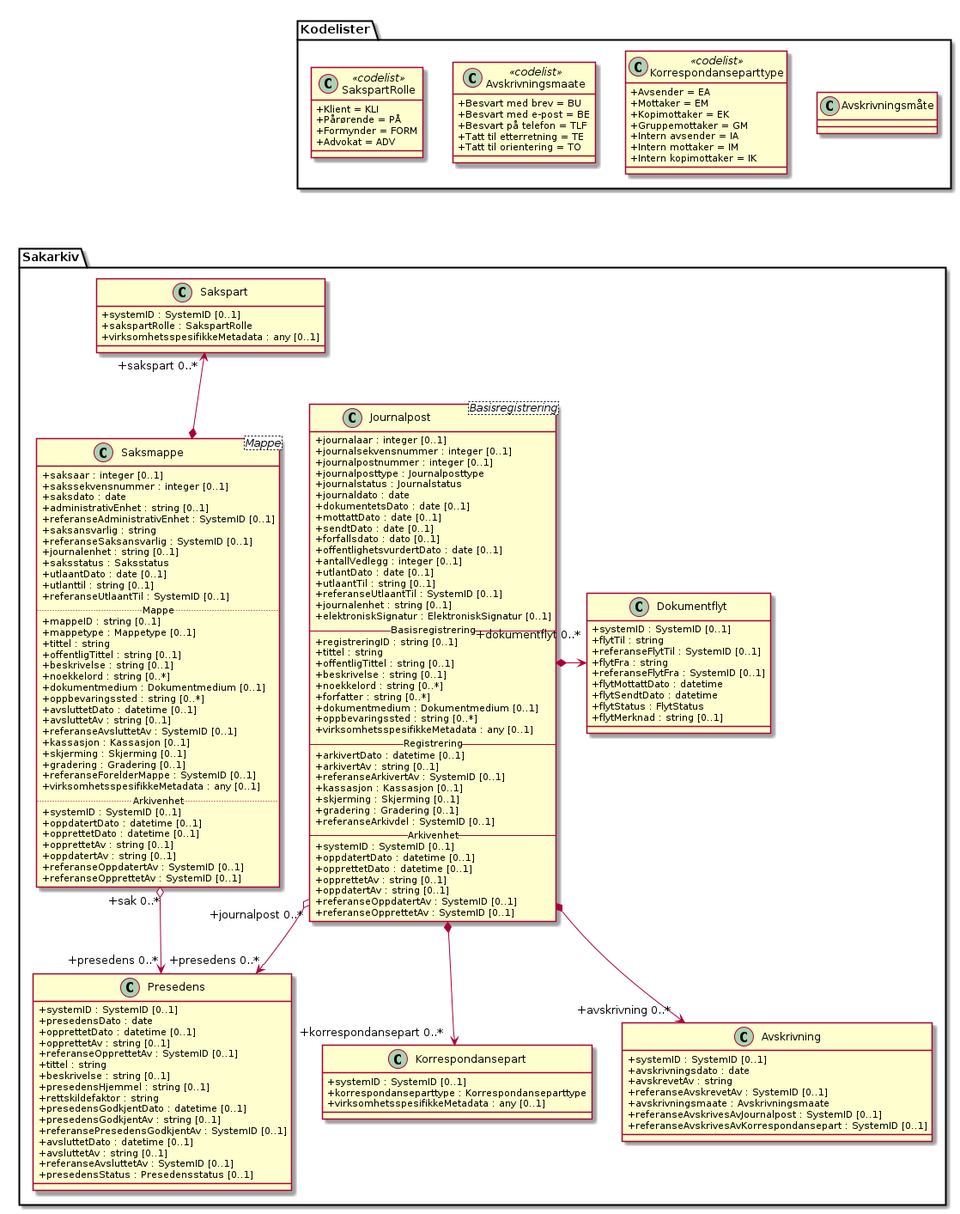
arkivverket/noark5-tjenestegrensesnitt-standard keeps this PlantUML diagram as kapitler/media/uml-klasse-saksbehandling.png. Above is the earlier version.
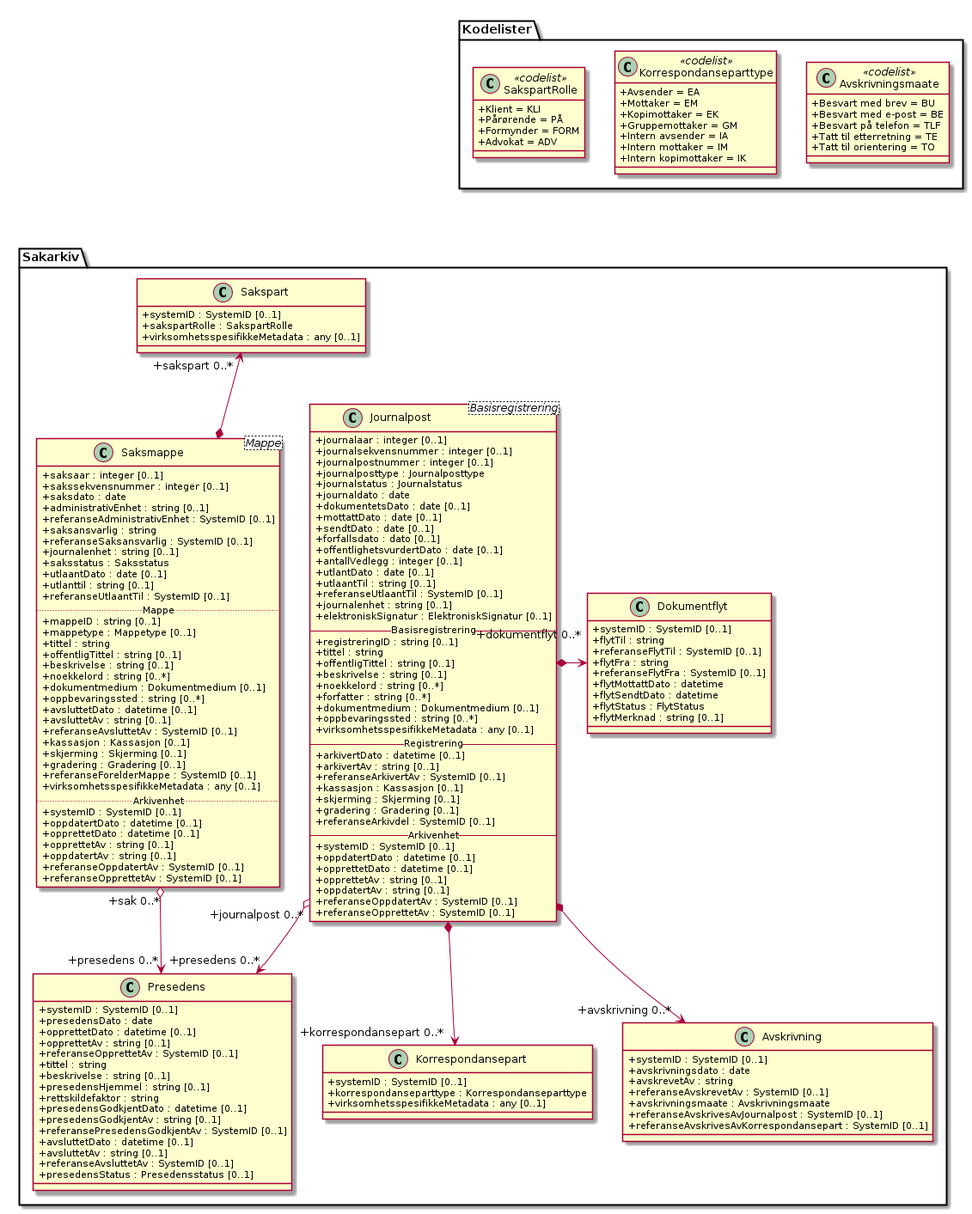
After the change.

Diff of the diagram source:
```diff
@@ -168,6 +168,6 @@
 Sakarkiv.Journalpost *--> "+korrespondansepart 0..*" Sakarkiv.Korrespondansepart
 Kodelister.Korrespondanseparttype <-[hidden]-- Sakarkiv.Korrespondansepart
 Sakarkiv.Journalpost *--> "+avskrivning 0..*" Sakarkiv.Avskrivning
-Kodelister.Avskrivningsmåte  <-[hidden]- Sakarkiv.Avskrivning
+Kodelister.Avskrivningsmaate  <-[hidden]- Sakarkiv.Avskrivning
 Sakarkiv.Journalpost *-> "+dokumentflyt 0..*" Sakarkiv.Dokumentflyt
 @enduml
```
